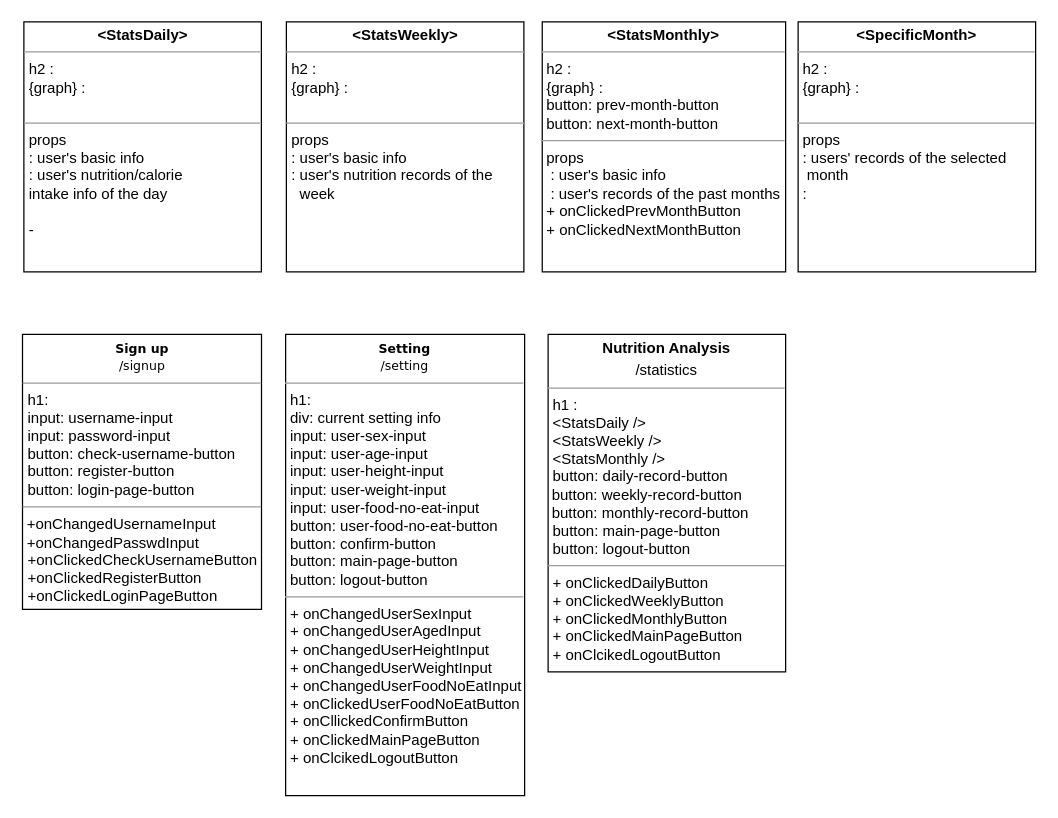
Earlier version of the draw.io diagram diagrams/Bang.drawio (swsnu/swpp2021-team5). Source tidied: cells renumbered, new cells numbered last; positions are measured from the earlier drawing's top-left corner, leaving out a move shared by most shapes. Both pictures are drawn from the tidied source at 125%, with x=0, y=0 at pixel (22, 21).
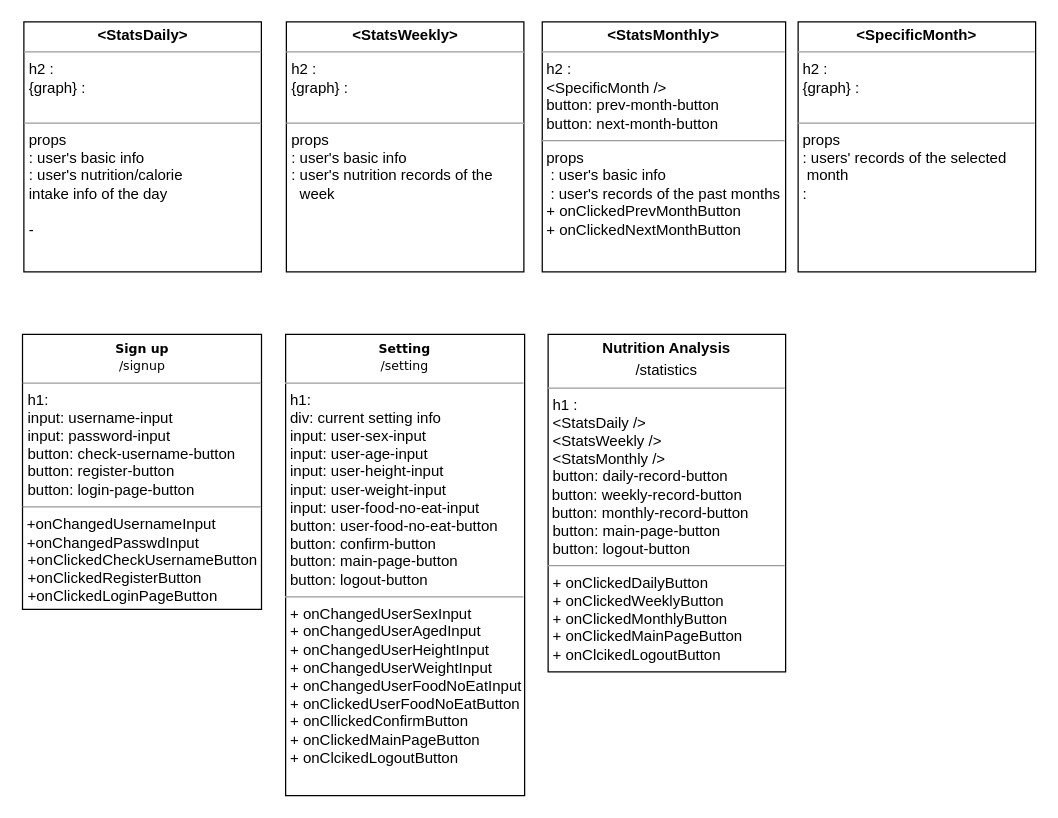
The same page after the edit.

The edit, as a diff of the source:
```diff
@@
 <mxGraphModel>
   <root>
     <mxCell id="0" />
     <mxCell id="1" parent="0" />
     <mxCell id="2" value="&lt;p style=&quot;margin: 0px ; margin-top: 4px ; text-align: center&quot;&gt;&lt;b&gt;&amp;lt;StatsDaily&amp;gt;&lt;/b&gt;&lt;/p&gt;&lt;hr size=&quot;1&quot;&gt;&lt;p style=&quot;margin: 0px ; margin-left: 4px&quot;&gt;h2 :&amp;nbsp;&lt;br&gt;&lt;/p&gt;&lt;p style=&quot;margin: 0px ; margin-left: 4px&quot;&gt;{graph} :&amp;nbsp;&lt;/p&gt;&lt;p style=&quot;margin: 0px ; margin-left: 4px&quot;&gt;&lt;br&gt;&lt;/p&gt;&lt;hr size=&quot;1&quot;&gt;&lt;p style=&quot;margin: 0px ; margin-left: 4px&quot;&gt;props&lt;/p&gt;&lt;p style=&quot;margin: 0px ; margin-left: 4px&quot;&gt;: user's basic info&lt;br&gt;&lt;/p&gt;&lt;p style=&quot;margin: 0px ; margin-left: 4px&quot;&gt;: user's nutrition/calorie&lt;/p&gt;&lt;p style=&quot;margin: 0px ; margin-left: 4px&quot;&gt;intake info of the day&lt;/p&gt;&lt;p style=&quot;margin: 0px ; margin-left: 4px&quot;&gt;&lt;br&gt;&lt;/p&gt;&lt;p style=&quot;margin: 0px ; margin-left: 4px&quot;&gt;-&amp;nbsp;&lt;/p&gt;&lt;p style=&quot;margin: 0px ; margin-left: 4px&quot;&gt;&lt;br&gt;&lt;/p&gt;" style="verticalAlign=top;align=left;overflow=fill;fontSize=12;fontFamily=Helvetica;html=1;rounded=0;shadow=0;comic=0;labelBackgroundColor=none;strokeWidth=1;" parent="1" vertex="1">
       <mxGeometry x="0.6" width="190" height="200" as="geometry" />
     </mxCell>
     <mxCell id="3" value="&lt;p style=&quot;margin: 0px ; margin-top: 4px ; text-align: center&quot;&gt;&lt;b&gt;&amp;lt;StatsWeekly&amp;gt;&lt;/b&gt;&lt;/p&gt;&lt;hr size=&quot;1&quot;&gt;&lt;p style=&quot;margin: 0px ; margin-left: 4px&quot;&gt;h2 :&amp;nbsp;&lt;br&gt;&lt;/p&gt;&lt;p style=&quot;margin: 0px ; margin-left: 4px&quot;&gt;{graph} :&lt;br&gt;&lt;/p&gt;&lt;p style=&quot;margin: 0px ; margin-left: 4px&quot;&gt;&lt;br&gt;&lt;/p&gt;&lt;hr size=&quot;1&quot;&gt;&lt;p style=&quot;margin: 0px ; margin-left: 4px&quot;&gt;props&lt;/p&gt;&lt;p style=&quot;margin: 0px ; margin-left: 4px&quot;&gt;: user's basic info&lt;/p&gt;&lt;p style=&quot;margin: 0px ; margin-left: 4px&quot;&gt;: user's nutrition records of the&lt;/p&gt;&lt;p style=&quot;margin: 0px ; margin-left: 4px&quot;&gt;&amp;nbsp; week&lt;br&gt;&lt;/p&gt;" style="verticalAlign=top;align=left;overflow=fill;fontSize=12;fontFamily=Helvetica;html=1;rounded=0;shadow=0;comic=0;labelBackgroundColor=none;strokeWidth=1;" parent="1" vertex="1">
       <mxGeometry x="210.6" width="190" height="200" as="geometry" />
     </mxCell>
-    <mxCell id="4" value="&lt;p style=&quot;margin: 0px ; margin-top: 4px ; text-align: center&quot;&gt;&lt;b&gt;&amp;lt;StatsMonthly&amp;gt;&lt;/b&gt;&lt;/p&gt;&lt;hr size=&quot;1&quot;&gt;&lt;p style=&quot;margin: 0px ; margin-left: 4px&quot;&gt;h2 :&amp;nbsp;&lt;br&gt;&lt;/p&gt;&lt;p style=&quot;margin: 0px ; margin-left: 4px&quot;&gt;{graph} :&lt;br&gt;&lt;/p&gt;&lt;p style=&quot;margin: 0px ; margin-left: 4px&quot;&gt;button: prev-month-button&lt;/p&gt;&lt;p style=&quot;margin: 0px ; margin-left: 4px&quot;&gt;button: next-month-button&lt;/p&gt;&lt;hr size=&quot;1&quot;&gt;&lt;p style=&quot;margin: 0px 0px 0px 4px&quot;&gt;props&lt;/p&gt;&lt;p style=&quot;margin: 0px 0px 0px 4px&quot;&gt;&amp;nbsp;: user's basic info&lt;/p&gt;&lt;p style=&quot;margin: 0px 0px 0px 4px&quot;&gt;&amp;nbsp;: user's records of the past months&lt;/p&gt;&lt;p style=&quot;margin: 0px 0px 0px 4px&quot;&gt;+ onClickedPrevMonthButton&lt;/p&gt;&lt;p style=&quot;margin: 0px 0px 0px 4px&quot;&gt;+ onClickedNextMonthButton&lt;/p&gt;" style="verticalAlign=top;align=left;overflow=fill;fontSize=12;fontFamily=Helvetica;html=1;rounded=0;shadow=0;comic=0;labelBackgroundColor=none;strokeWidth=1;" parent="1" vertex="1">
+    <mxCell id="4" value="&lt;p style=&quot;margin: 0px ; margin-top: 4px ; text-align: center&quot;&gt;&lt;b&gt;&amp;lt;StatsMonthly&amp;gt;&lt;/b&gt;&lt;/p&gt;&lt;hr size=&quot;1&quot;&gt;&lt;p style=&quot;margin: 0px ; margin-left: 4px&quot;&gt;h2 :&amp;nbsp;&lt;br&gt;&lt;/p&gt;&lt;p style=&quot;margin: 0px ; margin-left: 4px&quot;&gt;&amp;lt;SpecificMonth /&amp;gt;&lt;/p&gt;&lt;p style=&quot;margin: 0px ; margin-left: 4px&quot;&gt;button: prev-month-button&lt;/p&gt;&lt;p style=&quot;margin: 0px ; margin-left: 4px&quot;&gt;button: next-month-button&lt;/p&gt;&lt;hr size=&quot;1&quot;&gt;&lt;p style=&quot;margin: 0px 0px 0px 4px&quot;&gt;props&lt;/p&gt;&lt;p style=&quot;margin: 0px 0px 0px 4px&quot;&gt;&amp;nbsp;: user's basic info&lt;/p&gt;&lt;p style=&quot;margin: 0px 0px 0px 4px&quot;&gt;&amp;nbsp;: user's records of the past months&lt;/p&gt;&lt;p style=&quot;margin: 0px 0px 0px 4px&quot;&gt;+ onClickedPrevMonthButton&lt;/p&gt;&lt;p style=&quot;margin: 0px 0px 0px 4px&quot;&gt;+ onClickedNextMonthButton&lt;/p&gt;" style="verticalAlign=top;align=left;overflow=fill;fontSize=12;fontFamily=Helvetica;html=1;rounded=0;shadow=0;comic=0;labelBackgroundColor=none;strokeWidth=1;" parent="1" vertex="1">
       <mxGeometry x="415.3" width="194.7" height="200" as="geometry" />
     </mxCell>
     <mxCell id="5" value="&lt;p style=&quot;margin: 0px ; margin-top: 4px ; text-align: center&quot;&gt;&lt;b&gt;Nutrition Analysis&lt;/b&gt;&lt;/p&gt;&lt;p style=&quot;margin: 0px ; margin-top: 4px ; text-align: center&quot;&gt;/statistics&lt;/p&gt;&lt;hr size=&quot;1&quot;&gt;&lt;p style=&quot;margin: 0px ; margin-left: 4px&quot;&gt;h1 :&amp;nbsp;&lt;/p&gt;&lt;p style=&quot;margin: 0px ; margin-left: 4px&quot;&gt;&amp;lt;StatsDaily /&amp;gt;&lt;/p&gt;&lt;p style=&quot;margin: 0px ; margin-left: 4px&quot;&gt;&amp;lt;StatsWeekly /&amp;gt;&lt;/p&gt;&lt;p style=&quot;margin: 0px ; margin-left: 4px&quot;&gt;&amp;lt;StatsMonthly /&amp;gt;&lt;/p&gt;&lt;p style=&quot;margin: 0px ; margin-left: 4px&quot;&gt;button: daily-record-button&lt;/p&gt;&amp;nbsp;button:&amp;nbsp;&lt;span&gt;weekly-record-button&amp;nbsp;&lt;/span&gt;&lt;br&gt;&amp;nbsp;button:&amp;nbsp;&lt;span&gt;monthly-record-button&lt;/span&gt;&lt;br&gt;&lt;p style=&quot;margin: 0px 0px 0px 4px&quot;&gt;button: main-page-button&lt;/p&gt;&lt;p style=&quot;margin: 0px 0px 0px 4px&quot;&gt;button: logout-button&lt;/p&gt;&lt;hr size=&quot;1&quot;&gt;&lt;p style=&quot;margin: 0px 0px 0px 4px&quot;&gt;+ onClickedDailyButton&lt;/p&gt;&lt;p style=&quot;margin: 0px 0px 0px 4px&quot;&gt;+ onClickedWeeklyButton&lt;/p&gt;&lt;p style=&quot;margin: 0px 0px 0px 4px&quot;&gt;+ onClickedMonthlyButton&amp;nbsp;&lt;/p&gt;&lt;p style=&quot;margin: 0px 0px 0px 4px&quot;&gt;+ onClickedMainPageButton&lt;/p&gt;&lt;p style=&quot;margin: 0px 0px 0px 4px&quot;&gt;+ onClcikedLogoutButton&lt;/p&gt;" style="verticalAlign=top;align=left;overflow=fill;fontSize=12;fontFamily=Helvetica;html=1;rounded=0;shadow=0;comic=0;labelBackgroundColor=none;strokeWidth=1;" parent="1" vertex="1">
       <mxGeometry x="420" y="250" width="190" height="270" as="geometry" />
     </mxCell>
     <mxCell id="6" value="&lt;p style=&quot;margin: 4px 0px 0px ; text-align: center&quot;&gt;&lt;b style=&quot;font-family: &amp;#34;verdana&amp;#34; ; font-size: 10px&quot;&gt;Sign up&lt;/b&gt;&lt;br style=&quot;font-family: &amp;#34;verdana&amp;#34; ; font-size: 10px&quot;&gt;&lt;span style=&quot;font-family: &amp;#34;verdana&amp;#34; ; font-size: 10px&quot;&gt;/signup&lt;/span&gt;&lt;br&gt;&lt;/p&gt;&lt;hr size=&quot;1&quot;&gt;&lt;p style=&quot;margin: 0px 0px 0px 4px&quot;&gt;h1:&lt;/p&gt;&lt;p style=&quot;margin: 0px 0px 0px 4px&quot;&gt;input: username-input&lt;/p&gt;&lt;p style=&quot;margin: 0px 0px 0px 4px&quot;&gt;input: password-input&lt;/p&gt;&lt;p style=&quot;margin: 0px 0px 0px 4px&quot;&gt;button: check-username-button&lt;/p&gt;&lt;p style=&quot;margin: 0px 0px 0px 4px&quot;&gt;button: register-button&lt;/p&gt;&lt;p style=&quot;margin: 0px 0px 0px 4px&quot;&gt;button: login-page-button&lt;/p&gt;&lt;hr size=&quot;1&quot;&gt;&amp;nbsp;+onChangedUsernameInput&lt;br&gt;&amp;nbsp;+onChangedPasswdInput&lt;br&gt;&lt;p style=&quot;margin: 0px 0px 0px 4px&quot;&gt;+onClickedCheckUsernameButton&lt;/p&gt;&lt;p style=&quot;margin: 0px 0px 0px 4px&quot;&gt;+onClickedRegisterButton&lt;/p&gt;&lt;p style=&quot;margin: 0px 0px 0px 4px&quot;&gt;+onClickedLoginPageButton&lt;/p&gt;" style="verticalAlign=top;align=left;overflow=fill;fontSize=12;fontFamily=Helvetica;html=1;" parent="1" vertex="1">
       <mxGeometry x="-0.5" y="250" width="191.2" height="220" as="geometry" />
     </mxCell>
     <mxCell id="7" value="&lt;p style=&quot;margin: 4px 0px 0px ; text-align: center&quot;&gt;&lt;b style=&quot;font-family: &amp;#34;verdana&amp;#34; ; font-size: 10px&quot;&gt;Setting&lt;/b&gt;&lt;br style=&quot;font-family: &amp;#34;verdana&amp;#34; ; font-size: 10px&quot;&gt;&lt;span style=&quot;font-family: &amp;#34;verdana&amp;#34; ; font-size: 10px&quot;&gt;/setting&lt;/span&gt;&lt;br&gt;&lt;/p&gt;&lt;hr size=&quot;1&quot;&gt;&lt;p style=&quot;margin: 0px 0px 0px 4px&quot;&gt;h1:&amp;nbsp;&lt;/p&gt;&lt;p style=&quot;margin: 0px 0px 0px 4px&quot;&gt;div: current setting info&lt;/p&gt;&lt;p style=&quot;margin: 0px 0px 0px 4px&quot;&gt;input: user-sex-input&lt;/p&gt;&lt;p style=&quot;margin: 0px 0px 0px 4px&quot;&gt;input: user-age-input&lt;/p&gt;&lt;p style=&quot;margin: 0px 0px 0px 4px&quot;&gt;input: user-height-input&lt;/p&gt;&lt;p style=&quot;margin: 0px 0px 0px 4px&quot;&gt;input: user-weight-input&lt;/p&gt;&lt;p style=&quot;margin: 0px 0px 0px 4px&quot;&gt;input: user-food-no-eat-input&lt;br&gt;&lt;/p&gt;&lt;p style=&quot;margin: 0px 0px 0px 4px&quot;&gt;button: user-food-no-eat-button&lt;/p&gt;&lt;p style=&quot;margin: 0px 0px 0px 4px&quot;&gt;&lt;span&gt;button: confirm-button&lt;/span&gt;&lt;br&gt;&lt;/p&gt;&lt;p style=&quot;margin: 0px 0px 0px 4px&quot;&gt;button: main-page-button&lt;/p&gt;&lt;p style=&quot;margin: 0px 0px 0px 4px&quot;&gt;button: logout-button&lt;/p&gt;&lt;hr size=&quot;1&quot;&gt;&lt;p style=&quot;margin: 0px 0px 0px 4px&quot;&gt;+ onChangedUserSexInput&lt;/p&gt;&lt;p style=&quot;margin: 0px 0px 0px 4px&quot;&gt;+ onChangedUserAgedInput&lt;/p&gt;&lt;p style=&quot;margin: 0px 0px 0px 4px&quot;&gt;+ onChangedUserHeightInput&lt;/p&gt;&lt;p style=&quot;margin: 0px 0px 0px 4px&quot;&gt;+ onChangedUserWeightInput&lt;/p&gt;&lt;p style=&quot;margin: 0px 0px 0px 4px&quot;&gt;+ onChangedUserFoodNoEatInput&lt;/p&gt;&lt;p style=&quot;margin: 0px 0px 0px 4px&quot;&gt;+ onClickedUserFoodNoEatButton&lt;/p&gt;&lt;p style=&quot;margin: 0px 0px 0px 4px&quot;&gt;+ onCllickedConfirmButton&lt;/p&gt;&lt;p style=&quot;margin: 0px 0px 0px 4px&quot;&gt;+ onClickedMainPageButton&lt;/p&gt;&lt;p style=&quot;margin: 0px 0px 0px 4px&quot;&gt;+ onClcikedLogoutButton&lt;/p&gt;&lt;p style=&quot;margin: 0px 0px 0px 4px&quot;&gt;&lt;br&gt;&lt;/p&gt;" style="verticalAlign=top;align=left;overflow=fill;fontSize=12;fontFamily=Helvetica;html=1;" parent="1" vertex="1">
       <mxGeometry x="210" y="250" width="191.2" height="369" as="geometry" />
     </mxCell>
     <mxCell id="8" style="edgeStyle=orthogonalEdgeStyle;rounded=0;orthogonalLoop=1;jettySize=auto;html=1;exitX=0.5;exitY=1;exitDx=0;exitDy=0;" parent="1" edge="1" source="3" target="3">
       <mxGeometry relative="1" as="geometry" />
     </mxCell>
     <mxCell id="9" value="&lt;p style=&quot;margin: 0px ; margin-top: 4px ; text-align: center&quot;&gt;&lt;b&gt;&amp;lt;SpecificMonth&amp;gt;&lt;/b&gt;&lt;/p&gt;&lt;hr size=&quot;1&quot;&gt;&lt;p style=&quot;margin: 0px ; margin-left: 4px&quot;&gt;h2 :&amp;nbsp;&lt;br&gt;&lt;/p&gt;&lt;p style=&quot;margin: 0px ; margin-left: 4px&quot;&gt;{graph} :&lt;br&gt;&lt;/p&gt;&lt;p style=&quot;margin: 0px ; margin-left: 4px&quot;&gt;&lt;br&gt;&lt;/p&gt;&lt;hr size=&quot;1&quot;&gt;&lt;p style=&quot;margin: 0px ; margin-left: 4px&quot;&gt;props&lt;/p&gt;&lt;p style=&quot;margin: 0px ; margin-left: 4px&quot;&gt;: users' records of the selected&lt;/p&gt;&lt;p style=&quot;margin: 0px ; margin-left: 4px&quot;&gt;&amp;nbsp;month&lt;/p&gt;&lt;p style=&quot;margin: 0px ; margin-left: 4px&quot;&gt;:&amp;nbsp;&lt;/p&gt;" style="verticalAlign=top;align=left;overflow=fill;fontSize=12;fontFamily=Helvetica;html=1;rounded=0;shadow=0;comic=0;labelBackgroundColor=none;strokeWidth=1;" parent="1" vertex="1">
       <mxGeometry x="620" width="190" height="200" as="geometry" />
     </mxCell>
   </root>
 </mxGraphModel>
```
